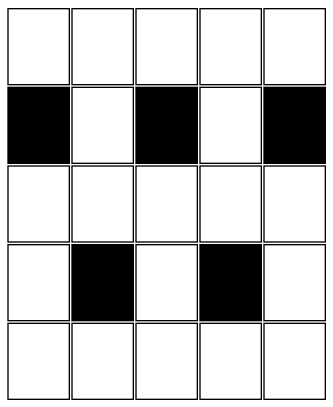
This is grafica.png from Dgo45921/IPC2_Proyecto1_202003585, a Graphviz export, as it was before one commit. Its source is kept beside it as grafica.dot.
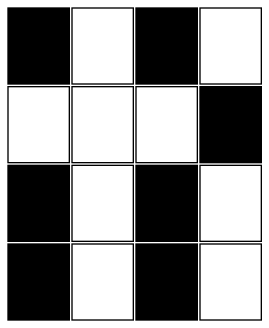
Later version of the same file.

What changed in the source:
```diff
@@ -3,28 +3,6 @@
  tabla [shape=none, margin=0, label=<
  <TABLE BORDER="0" CELLBORDER="1" CELLSPACING="2.5" CELLPADDING="20">
     <TR>
- <TD> </TD>
- <TD> </TD>
- <TD> </TD>
- <TD> </TD>
- <TD> </TD>
-</TR>
-<TR>
- <TD BGCOLOR="black"> </TD>
- <TD> </TD>
- <TD BGCOLOR="black"> </TD>
- <TD> </TD>
- <TD BGCOLOR="black"> </TD>
-</TR>
-<TR>
- <TD> </TD>
- <TD> </TD>
- <TD> </TD>
- <TD> </TD>
- <TD> </TD>
-</TR>
-<TR>
- <TD> </TD>
  <TD BGCOLOR="black"> </TD>
  <TD> </TD>
  <TD BGCOLOR="black"> </TD>
@@ -34,7 +12,18 @@
  <TD> </TD>
  <TD> </TD>
  <TD> </TD>
+ <TD BGCOLOR="black"> </TD>
+</TR>
+<TR>
+ <TD BGCOLOR="black"> </TD>
  <TD> </TD>
+ <TD BGCOLOR="black"> </TD>
+ <TD> </TD>
+</TR>
+<TR>
+ <TD BGCOLOR="black"> </TD>
+ <TD> </TD>
+ <TD BGCOLOR="black"> </TD>
  <TD> </TD>
 </TR>
 </TABLE>>];}
```
